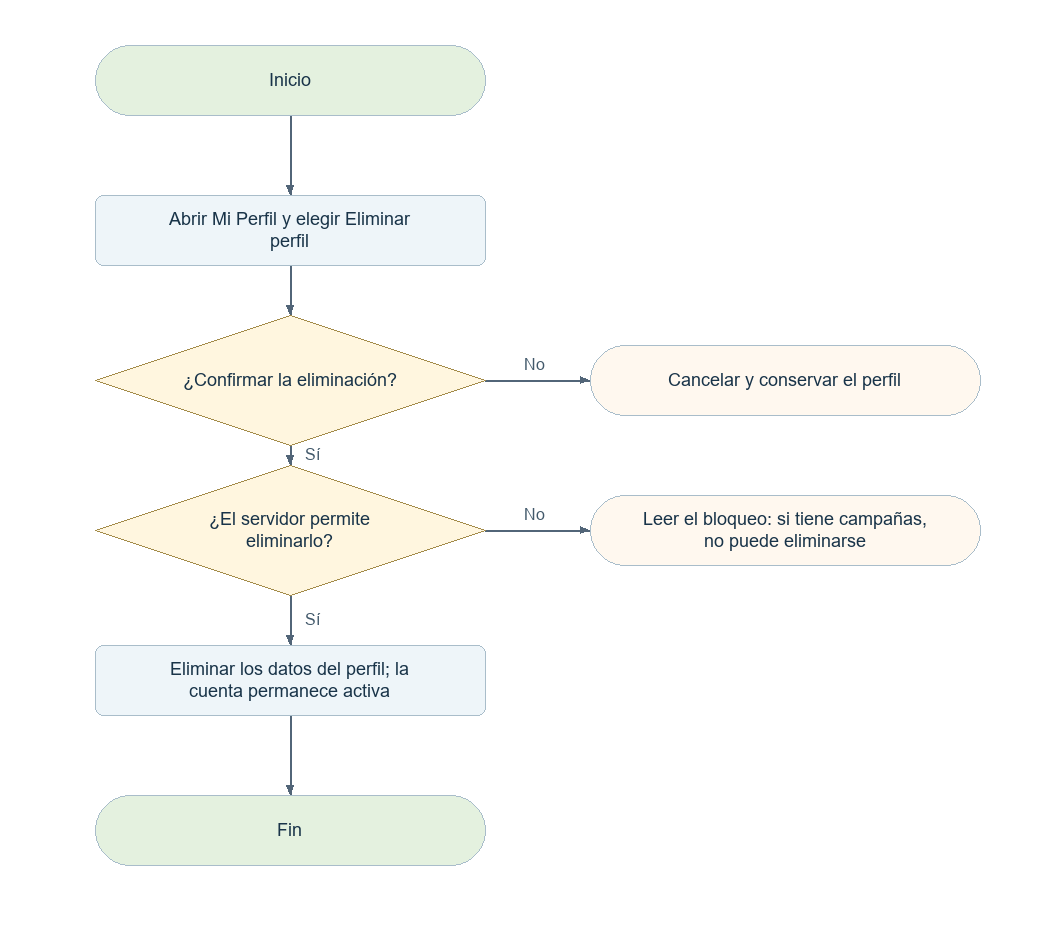
This is docs/diagramas-web/png/E12.png from elingeyesdev/t3-crowdfunding-inversion, a Mermaid export, as it was before one commit. Its source is kept beside it as docs/diagramas-web/mermaid/E12.mmd.
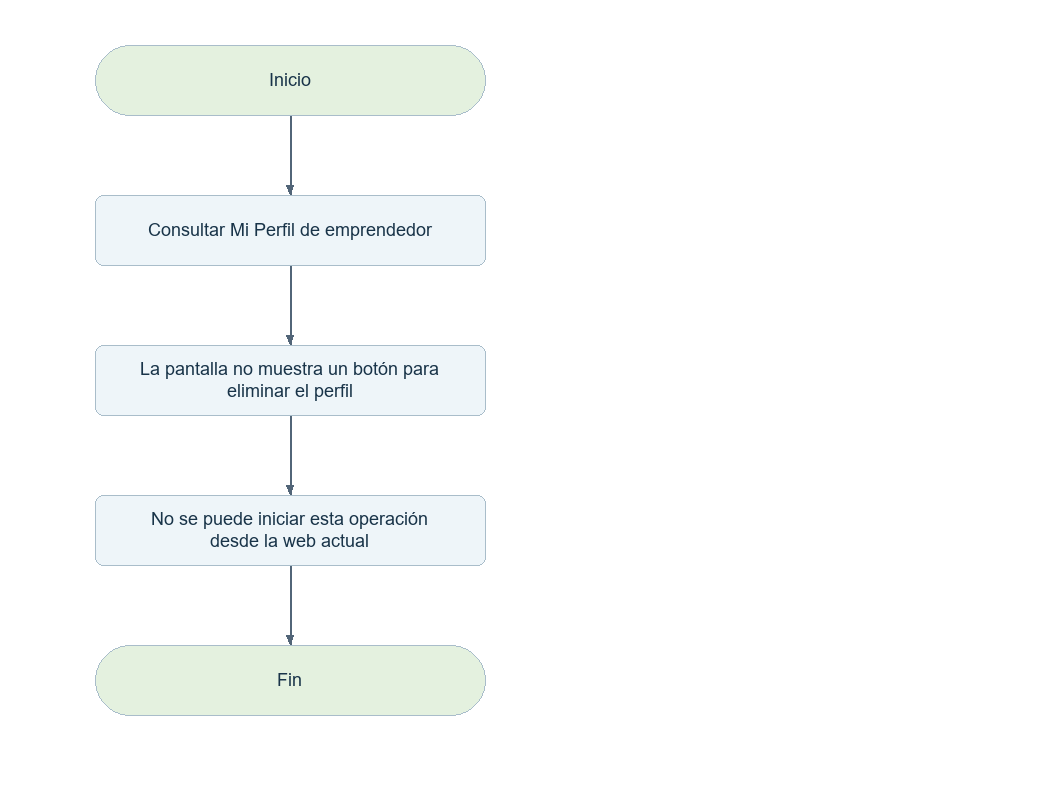
After the commit.

Change to the diagram source:
```diff
@@ -1,16 +1,10 @@
 flowchart TD
   N0(["Inicio"])
   N0 --> N1
-  N1["Abrir Mi Perfil y elegir Eliminar perfil"]
+  N1["Consultar Mi Perfil de emprendedor"]
   N1 --> N2
-  N2{"¿Confirmar la eliminación?"}
-  N2 -->|"Sí"| N3
-  B2(["Cancelar y conservar el perfil"])
-  N2 -->|"No"| B2
-  N3{"¿El servidor permite eliminarlo?"}
-  N3 -->|"Sí"| N4
-  B3(["Leer el bloqueo: si tiene campañas, no puede eliminarse"])
-  N3 -->|"No"| B3
-  N4["Eliminar los datos del perfil; la cuenta permanece activa"]
-  N4 --> N5
-  N5(["Fin"])
+  N2["La pantalla no muestra un botón para eliminar el perfil"]
+  N2 --> N3
+  N3["No se puede iniciar esta operación desde la web actual"]
+  N3 --> N4
+  N4(["Fin"])
```
